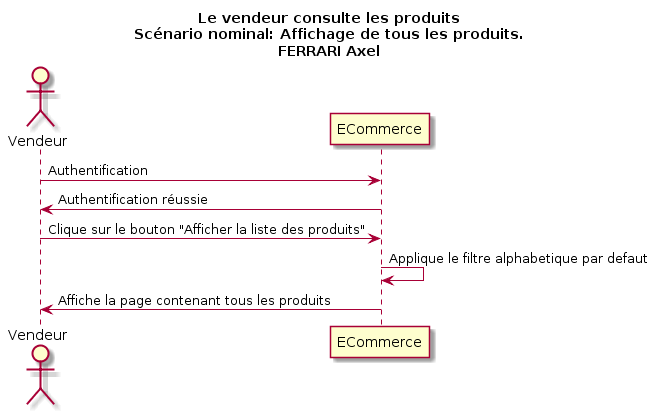
This is DiagSequence/Vendeur/Consulter les produits/Le vendeur consulte les produits Affichage de tous les produits.png from Moinketroa/Ebayz, a PlantUML export, as it was before one commit. Its diagram source:
```plantuml
@startuml
Title Le vendeur consulte les produits\nScénario nominal: Affichage de tous les produits.\nFERRARI Axel
Actor Vendeur as v
participant ECommerce as a

v -> a : Authentification
v <- a : Authentification réussie
v -> a : Clique sur le bouton "Afficher la liste des produits"
a -> a : Applique le filtre alphabetique par defaut
v <- a : Affiche la page contenant tous les produits
@enduml
```
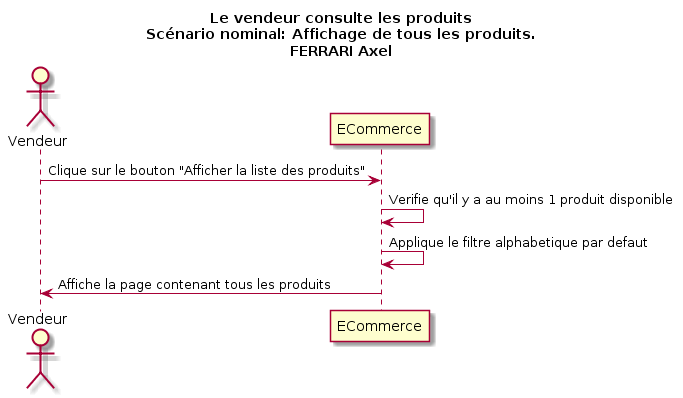
The same file after the commit.

The edit, as a diff of the source:
```diff
@@ -3,9 +3,8 @@
 Actor Vendeur as v
 participant ECommerce as a
 
-v -> a : Authentification
-v <- a : Authentification réussie
 v -> a : Clique sur le bouton "Afficher la liste des produits"
+a -> a: Verifie qu'il y a au moins 1 produit disponible
 a -> a : Applique le filtre alphabetique par defaut
 v <- a : Affiche la page contenant tous les produits
 @enduml
```
